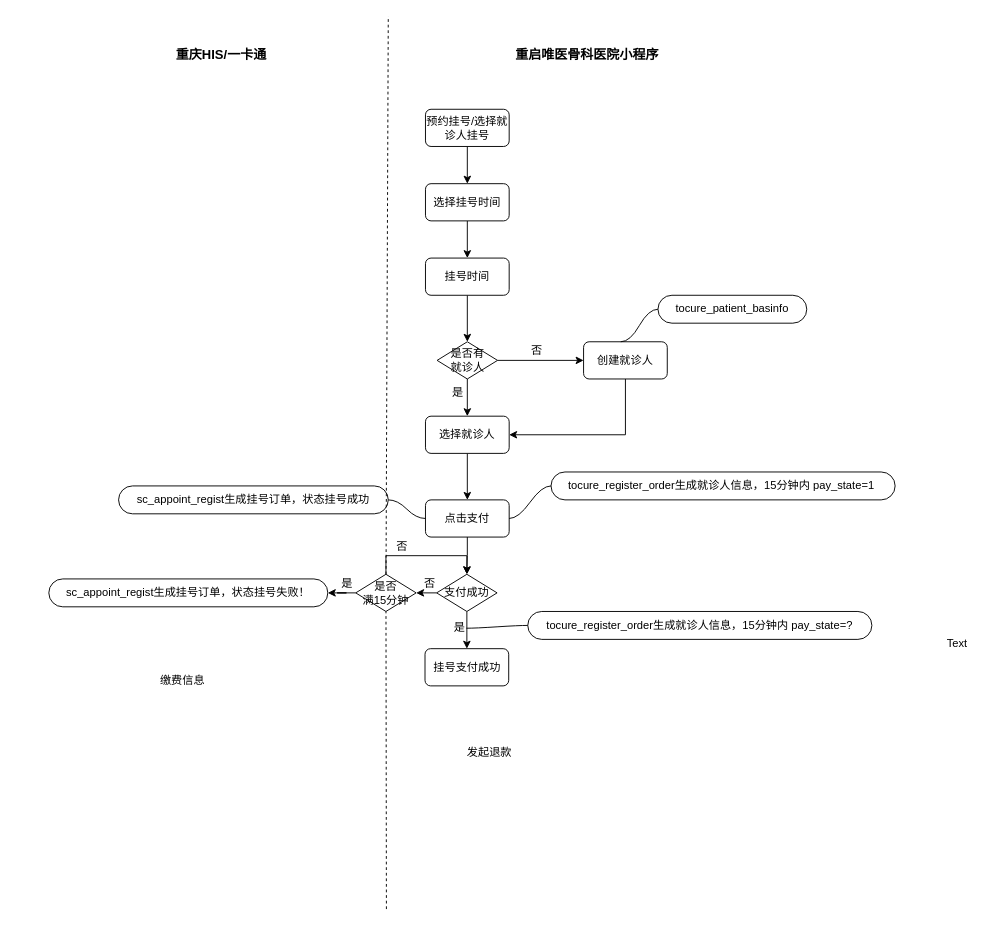
Earlier version of the draw.io diagram Untitled Diagram.drawio (vectorxu/draw.io). Source tidied: cells renumbered, new cells numbered last; positions are measured from the earlier drawing's top-left corner, leaving out a move shared by most shapes. Both pictures are drawn from the tidied source at 93%, with x=0, y=0 at pixel (48, 16).
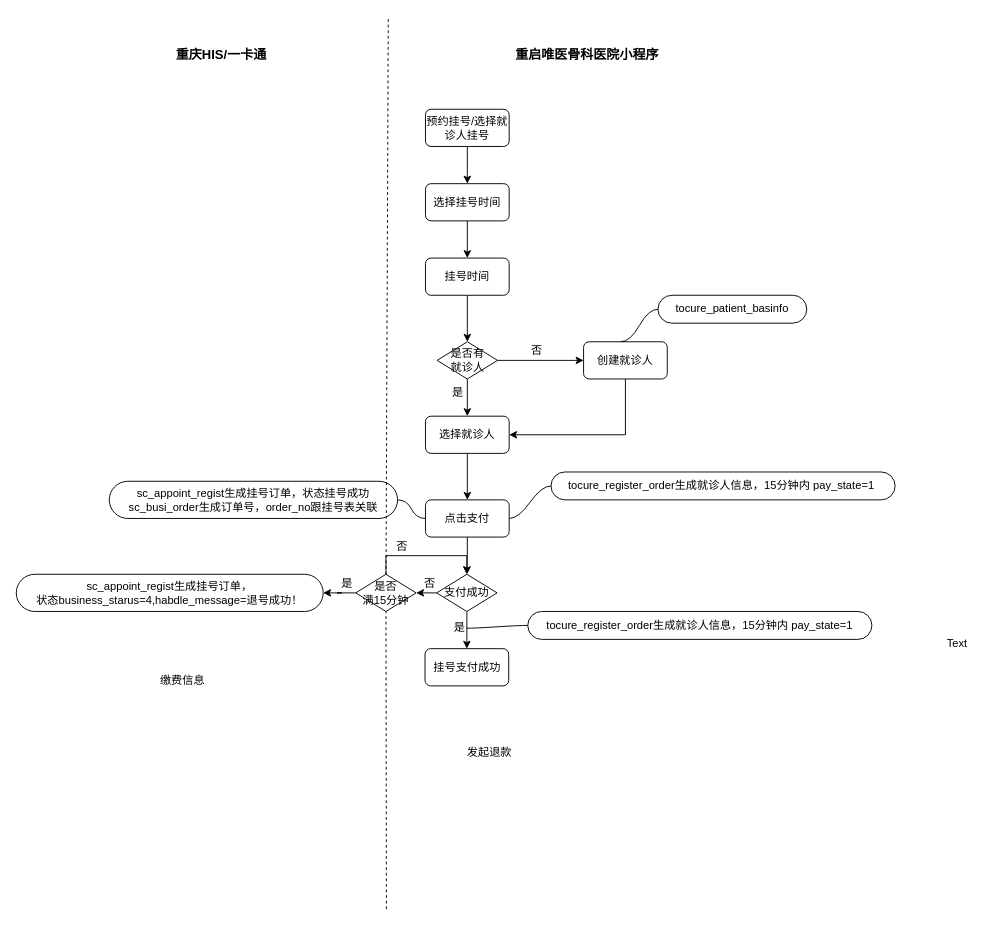
The same diagram, later.

The edit, as a diff of the source:
```diff
@@
-    <mxCell id="22" value="sc_appoint_regist生成挂号订单，状态挂号成功" style="whiteSpace=wrap;html=1;rounded=1;arcSize=50;align=center;verticalAlign=middle;strokeWidth=1;spacing=4;" parent="1" vertex="1">
-      <mxGeometry x="75" y="505" width="290" height="30" as="geometry" />
+    <mxCell id="22" value="sc_appoint_regist生成挂号订单，状态挂号成功&lt;br&gt;sc_busi_order生成订单号，order_no跟挂号表关联" style="whiteSpace=wrap;html=1;rounded=1;arcSize=50;align=center;verticalAlign=middle;strokeWidth=1;spacing=4;" parent="1" vertex="1">
+      <mxGeometry x="65" y="500" width="310" height="40" as="geometry" />
     </mxCell>
@@
-    <mxCell id="39" value="sc_appoint_regist生成挂号订单，状态挂号失败！" style="whiteSpace=wrap;html=1;rounded=1;arcSize=50;align=center;verticalAlign=middle;strokeWidth=1;spacing=4;" parent="1" vertex="1">
-      <mxGeometry y="605" width="300" height="30" as="geometry" />
+    <mxCell id="39" value="sc_appoint_regist生成挂号订单，&lt;br&gt;状态business_starus=4,habdle_message=退号成功！" style="whiteSpace=wrap;html=1;rounded=1;arcSize=50;align=center;verticalAlign=middle;strokeWidth=1;spacing=4;" parent="1" vertex="1">
+      <mxGeometry x="-35" y="600" width="330" height="40" as="geometry" />
     </mxCell>
@@
-    <mxCell id="41" value="tocure_register_order生成就诊人信息，15分钟内 pay_state=?" style="whiteSpace=wrap;html=1;rounded=1;arcSize=50;align=center;verticalAlign=middle;strokeWidth=1;spacing=4;" parent="1" vertex="1">
+    <mxCell id="41" value="tocure_register_order生成就诊人信息，15分钟内 pay_state=1" style="whiteSpace=wrap;html=1;rounded=1;arcSize=50;align=center;verticalAlign=middle;strokeWidth=1;spacing=4;" parent="1" vertex="1">
       <mxGeometry x="515" y="640" width="370" height="30" as="geometry" />
     </mxCell>
```
